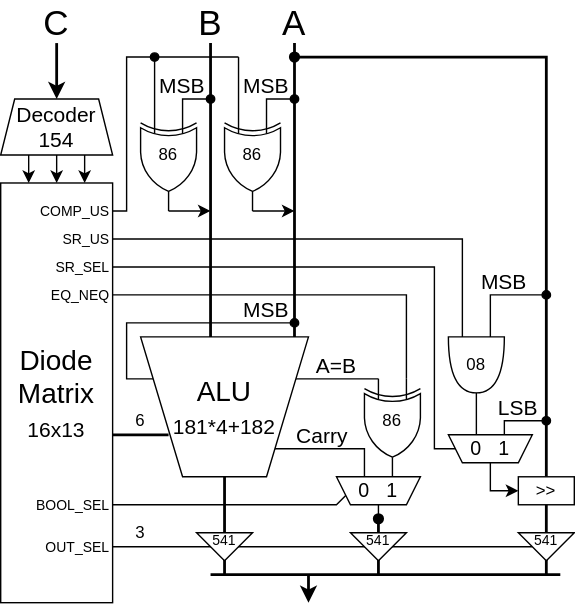
This is Lab/Computer/RK16/9_Hardware/img/ALU.dio.svg from amane-uehara/kanade-k-1228.github.io, a draw.io export, as it was before one commit. Source tidied: cells renumbered, new cells last; positions are measured from the earlier drawing's top-left corner, leaving out a move shared by most shapes.
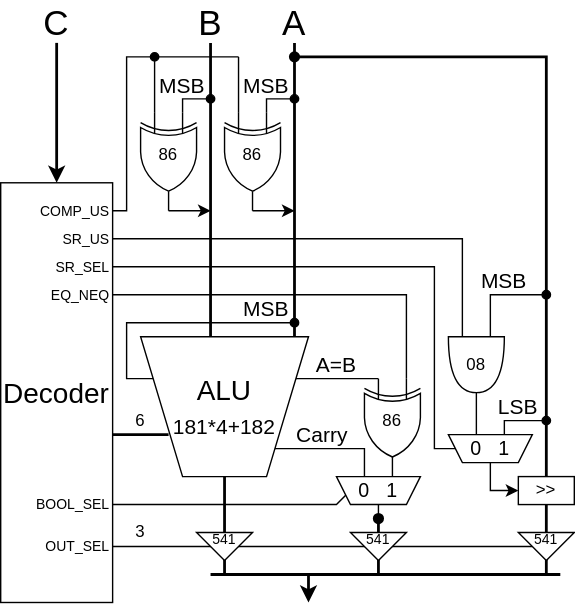
The same file after the commit.

Diff of the diagram source:
```diff
@@ -79,30 +79,9 @@
         </Array>
       </mxGeometry>
     </mxCell>
-    <mxCell id="13" value="Decoder&lt;br&gt;154" style="shape=trapezoid;perimeter=trapezoidPerimeter;whiteSpace=wrap;html=1;fixedSize=1;direction=east;fontSize=15;size=10;" parent="1" vertex="1">
-      <mxGeometry y="70" width="80" height="40" as="geometry" />
-    </mxCell>
-    <mxCell id="14" value="Diode&lt;br&gt;Matrix&lt;br&gt;&lt;font style=&quot;font-size: 15px;&quot;&gt;16x13&lt;/font&gt;" style="rounded=0;whiteSpace=wrap;html=1;fontSize=20;" parent="1" vertex="1">
+    <mxCell id="14" value="Decoder" style="rounded=0;whiteSpace=wrap;html=1;fontSize=20;" parent="1" vertex="1">
       <mxGeometry y="130" width="80" height="300" as="geometry" />
     </mxCell>
-    <mxCell id="15" style="endArrow=classic;html=1;fontSize=20;" parent="1" edge="1">
-      <mxGeometry relative="1" as="geometry">
-        <mxPoint x="20" y="110" as="sourcePoint" />
-        <mxPoint x="20" y="130" as="targetPoint" />
-      </mxGeometry>
-    </mxCell>
-    <mxCell id="16" style="endArrow=classic;html=1;fontSize=20;" parent="1" edge="1">
-      <mxGeometry relative="1" as="geometry">
-        <mxPoint x="40" y="110" as="sourcePoint" />
-        <mxPoint x="40" y="130" as="targetPoint" />
-      </mxGeometry>
-    </mxCell>
-    <mxCell id="17" style="endArrow=classic;html=1;fontSize=20;" parent="1" edge="1">
-      <mxGeometry relative="1" as="geometry">
-        <mxPoint x="60" y="110" as="sourcePoint" />
-        <mxPoint x="60" y="130" as="targetPoint" />
-      </mxGeometry>
-    </mxCell>
     <mxCell id="18" style="verticalLabelPosition=bottom;shadow=0;dashed=0;align=center;html=1;verticalAlign=top;shape=mxgraph.electrical.logic_gates.logic_gate;operation=xor;fontSize=20;direction=south;" parent="1" vertex="1">
       <mxGeometry x="100" y="80" width="40" height="70" as="geometry" />
     </mxCell>
@@ -221,7 +200,7 @@
     <mxCell id="37" style="endArrow=classic;html=1;fontSize=20;strokeWidth=2;" parent="1" edge="1">
       <mxGeometry relative="1" as="geometry">
         <mxPoint x="40" y="30" as="sourcePoint" />
-        <mxPoint x="40" y="70" as="targetPoint" />
+        <mxPoint x="40" y="130" as="targetPoint" />
       </mxGeometry>
     </mxCell>
     <mxCell id="38" value="C" style="text;html=1;strokeColor=none;fillColor=none;align=center;verticalAlign=middle;whiteSpace=wrap;rounded=0;fontSize=25;" parent="1" vertex="1">
```
